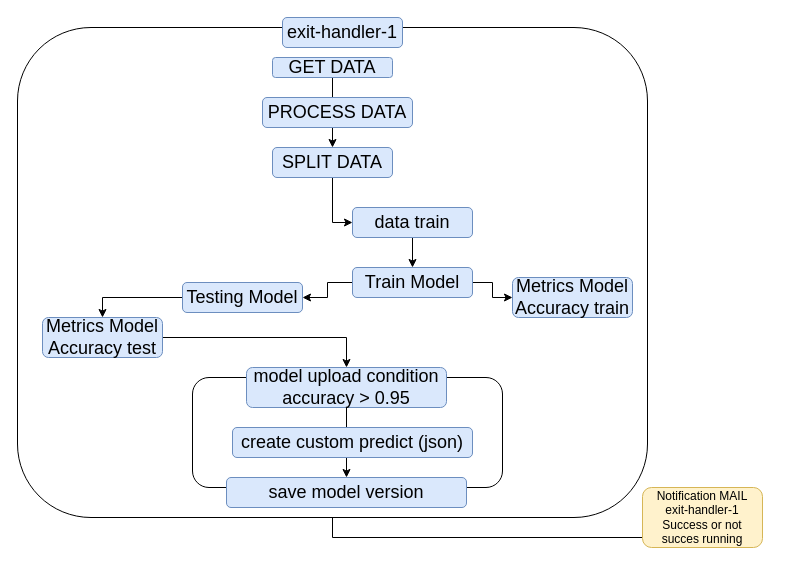
Above: sagemaker_pipelines/MADUREZ PIPELINE ML.drawio in AlbertStats19/AWSML (draw.io), before the change. Source tidied: cells renumbered, new cells numbered last; positions are measured from the earlier drawing's top-left corner, leaving out a move shared by most shapes. Both pictures are drawn from the tidied source at 100%, with x=0, y=0 at pixel (17, 17).
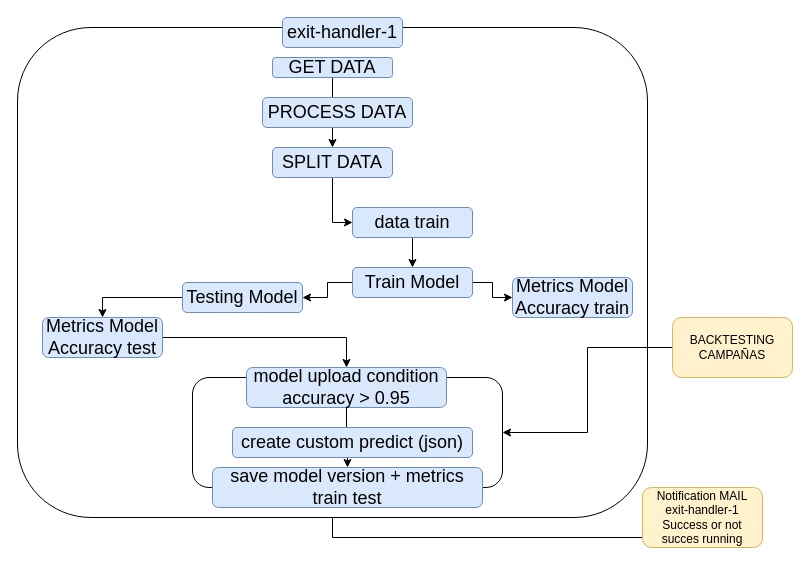
The same diagram, later.

Unchanged cells that the change refers to:
```xml
<mxCell id="4" style="rounded=1;whiteSpace=wrap;html=1;" parent="1" vertex="1">
  <mxGeometry x="175" y="360" width="310" height="110" as="geometry" />
</mxCell>
```

Change to the diagram source:
```diff
@@
-    <mxCell id="23" value="&lt;font style=&quot;font-size: 18px;&quot;&gt;save model version&lt;/font&gt;" style="rounded=1;whiteSpace=wrap;html=1;fillColor=#dae8fc;strokeColor=#6c8ebf;" parent="1" vertex="1">
-      <mxGeometry x="209" y="460" width="240" height="30" as="geometry" />
+    <mxCell id="23" value="&lt;font style=&quot;font-size: 18px;&quot;&gt;save model version + metrics train test&lt;/font&gt;" style="rounded=1;whiteSpace=wrap;html=1;fillColor=#dae8fc;strokeColor=#6c8ebf;" parent="1" vertex="1">
+      <mxGeometry x="195" y="450" width="270" height="40" as="geometry" />
     </mxCell>
@@
+    <mxCell id="26" style="edgeStyle=orthogonalEdgeStyle;rounded=0;jettySize=auto;html=1;" parent="1" edge="1" source="27" target="4">
+      <mxGeometry relative="1" as="geometry" />
+    </mxCell>
+    <mxCell id="27" value="BACKTESTING CAMPAÑAS" style="rounded=1;whiteSpace=wrap;html=1;fillColor=#fff2cc;strokeColor=#d6b656;" parent="1" vertex="1">
+      <mxGeometry x="655" y="300" width="120" height="60" as="geometry" />
+    </mxCell>
```
